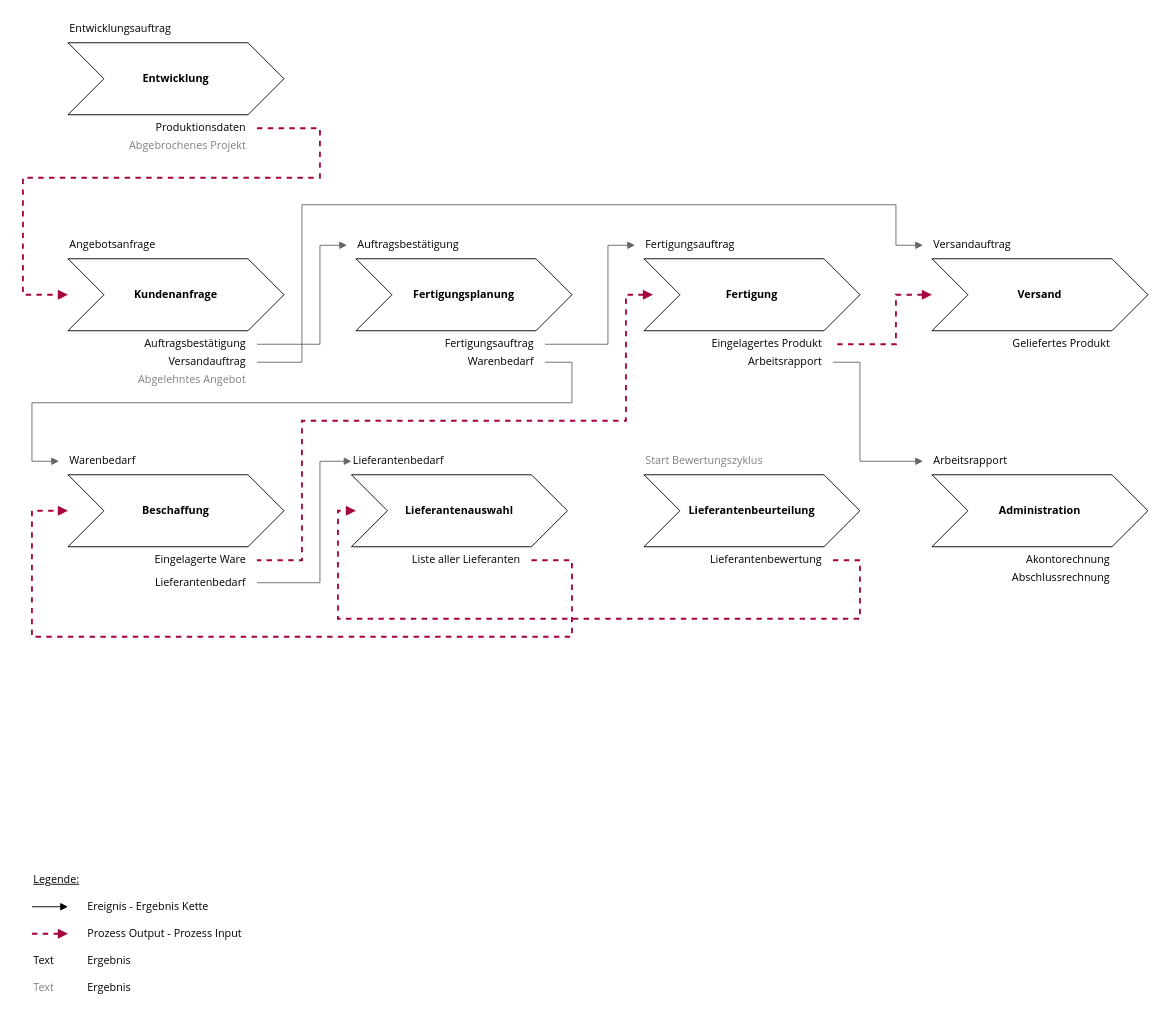
Before: Prozesslandkarte.drawio in Mint-System/Wiki, a draw.io diagram. Source tidied: cells renumbered, new cells numbered last; positions are measured from the earlier drawing's top-left corner, leaving out a move shared by most shapes. Both pictures are drawn from the tidied source at 90%, with x=0, y=0 at pixel (22, 15).
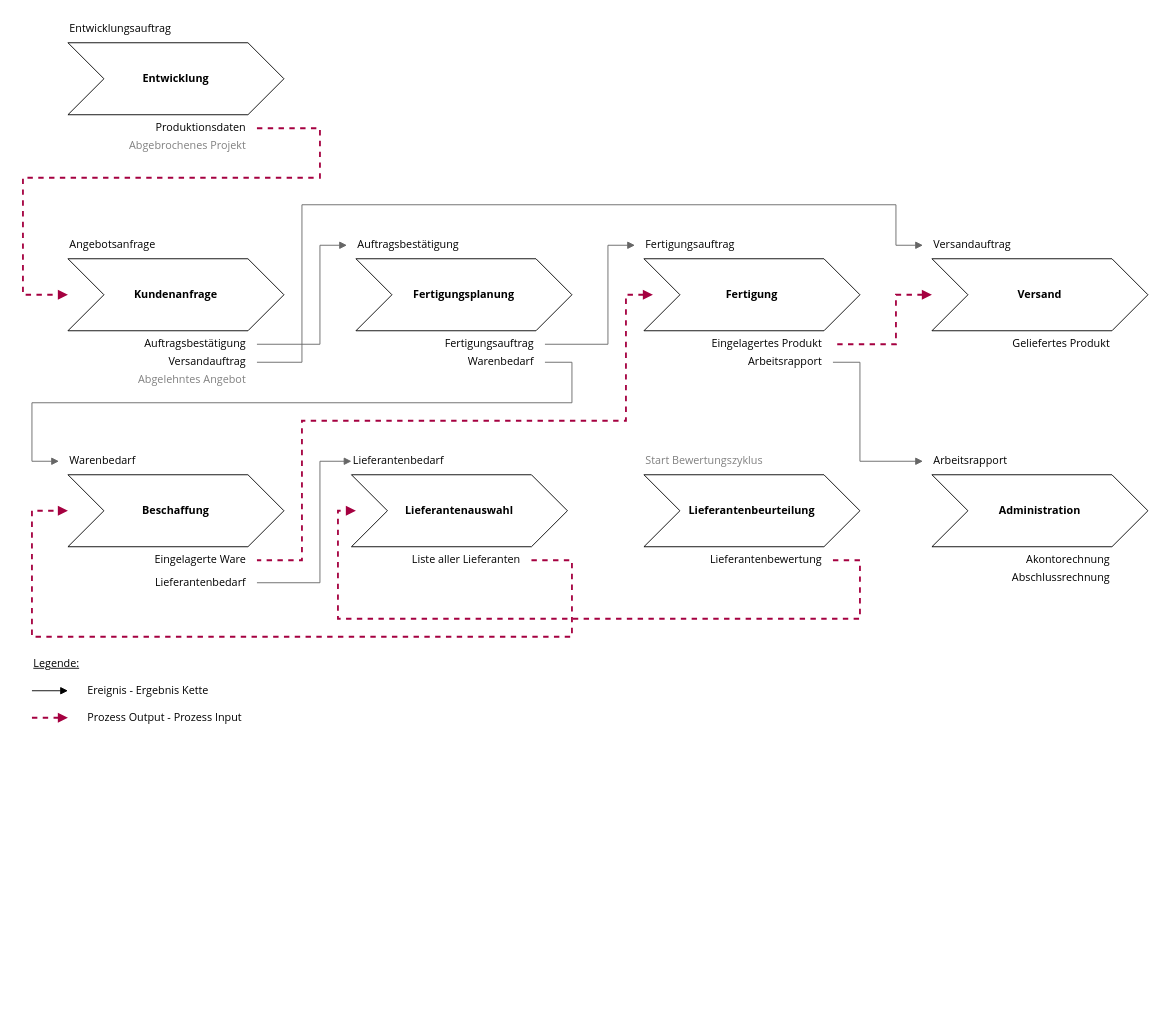
Above is the later version.

The edit, as a diff of the source:
```diff
@@
     <mxCell id="41" value="Legende:" style="text;html=1;strokeColor=none;fillColor=none;align=left;verticalAlign=middle;whiteSpace=wrap;rounded=0;fontFamily=Open Sans;fontStyle=4;" parent="1" vertex="1">
-      <mxGeometry x="10" y="950" width="80" height="20" as="geometry" />
+      <mxGeometry x="10" y="710" width="80" height="20" as="geometry" />
     </mxCell>
     <mxCell id="42" style="endArrow=block;html=1;fontFamily=Open Sans;endFill=1;" parent="1" edge="1">
       <mxGeometry relative="1" as="geometry">
-        <mxPoint x="10" y="990" as="sourcePoint" />
-        <mxPoint x="50" y="990" as="targetPoint" />
+        <mxPoint x="10" y="750" as="sourcePoint" />
+        <mxPoint x="50" y="750" as="targetPoint" />
       </mxGeometry>
     </mxCell>
     <mxCell id="43" value="Ereignis - Ergebnis Kette" style="text;html=1;strokeColor=none;fillColor=none;align=left;verticalAlign=middle;whiteSpace=wrap;rounded=0;fontFamily=Open Sans;" parent="1" vertex="1">
-      <mxGeometry x="70" y="980" width="180" height="20" as="geometry" />
+      <mxGeometry x="70" y="740" width="180" height="20" as="geometry" />
     </mxCell>
     <mxCell id="44" style="endArrow=block;html=1;fontFamily=Open Sans;endFill=1;strokeColor=#A50040;dashed=1;strokeWidth=2;" parent="1" edge="1">
       <mxGeometry relative="1" as="geometry">
-        <mxPoint x="10" y="1020" as="sourcePoint" />
-        <mxPoint x="50" y="1020" as="targetPoint" />
+        <mxPoint x="10" y="780" as="sourcePoint" />
+        <mxPoint x="50" y="780" as="targetPoint" />
       </mxGeometry>
     </mxCell>
     <mxCell id="45" value="Prozess Output - Prozess Input" style="text;html=1;strokeColor=none;fillColor=none;align=left;verticalAlign=middle;whiteSpace=wrap;rounded=0;fontFamily=Open Sans;" parent="1" vertex="1">
-      <mxGeometry x="70" y="1010" width="180" height="20" as="geometry" />
+      <mxGeometry x="70" y="770" width="180" height="20" as="geometry" />
     </mxCell>
-    <mxCell id="46" value="Text" style="text;html=1;strokeColor=none;fillColor=none;align=left;verticalAlign=middle;whiteSpace=wrap;rounded=0;fontFamily=Open Sans;spacingRight=10;" parent="1" vertex="1">
-      <mxGeometry x="10" y="1035" width="40" height="30" as="geometry" />
-    </mxCell>
-    <mxCell id="47" value="Text" style="text;html=1;strokeColor=none;fillColor=none;align=left;verticalAlign=middle;whiteSpace=wrap;rounded=0;fontFamily=Open Sans;spacingRight=10;fontColor=#808080;" parent="1" vertex="1">
-      <mxGeometry x="10" y="1065" width="40" height="30" as="geometry" />
-    </mxCell>
-    <mxCell id="48" value="Ergebnis" style="text;html=1;strokeColor=none;fillColor=none;align=left;verticalAlign=middle;whiteSpace=wrap;rounded=0;fontFamily=Open Sans;" parent="1" vertex="1">
-      <mxGeometry x="70" y="1040" width="180" height="20" as="geometry" />
-    </mxCell>
-    <mxCell id="49" value="Ergebnis" style="text;html=1;strokeColor=none;fillColor=none;align=left;verticalAlign=middle;whiteSpace=wrap;rounded=0;fontFamily=Open Sans;" parent="1" vertex="1">
-      <mxGeometry x="70" y="1070" width="180" height="20" as="geometry" />
-    </mxCell>
```
